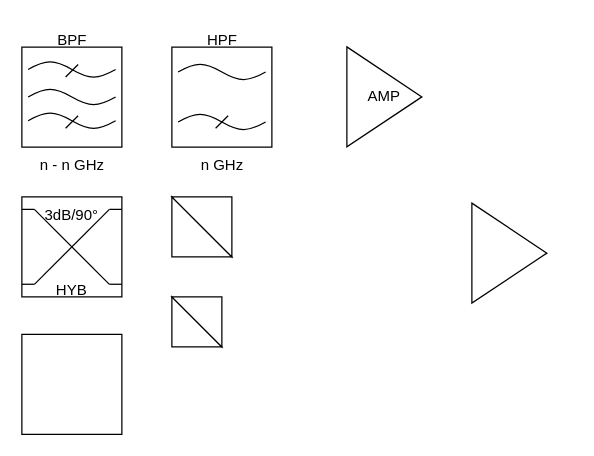
Above: vlbi_2_Nn_v02.drawio in faksdal/vlbi (draw.io), before the change. Source tidied: cells renumbered, new cells numbered last; positions are measured from the earlier drawing's top-left corner, leaving out a move shared by most shapes. Both pictures are drawn from the tidied source at 125%, with x=0, y=0 at pixel (21, 21).
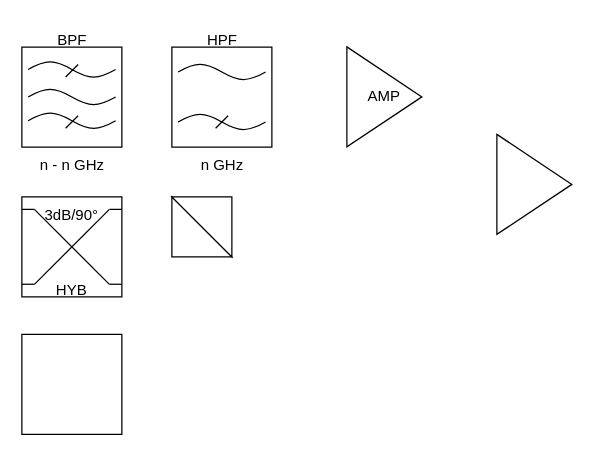
Above is the later version.

The edit, as a diff of the source:
```diff
@@
     <mxCell id="22" style="triangle;whiteSpace=wrap;html=1;" parent="1" vertex="1">
-      <mxGeometry x="360" y="145" width="60" height="80" as="geometry" />
+      <mxGeometry x="380" y="90" width="60" height="80" as="geometry" />
     </mxCell>
@@
-    <mxCell id="37" style="verticalLabelPosition=bottom;verticalAlign=top;html=1;shape=mxgraph.basic.orthogonal_triangle;" parent="1" vertex="1">
-      <mxGeometry x="120" y="220" width="40" height="40" as="geometry" />
-    </mxCell>
-    <mxCell id="38" style="verticalLabelPosition=bottom;verticalAlign=top;html=1;shape=mxgraph.basic.orthogonal_triangle;flipV=1;flipH=1;" parent="1" vertex="1">
-      <mxGeometry x="120" y="220" width="40" height="40" as="geometry" />
-    </mxCell>
```
